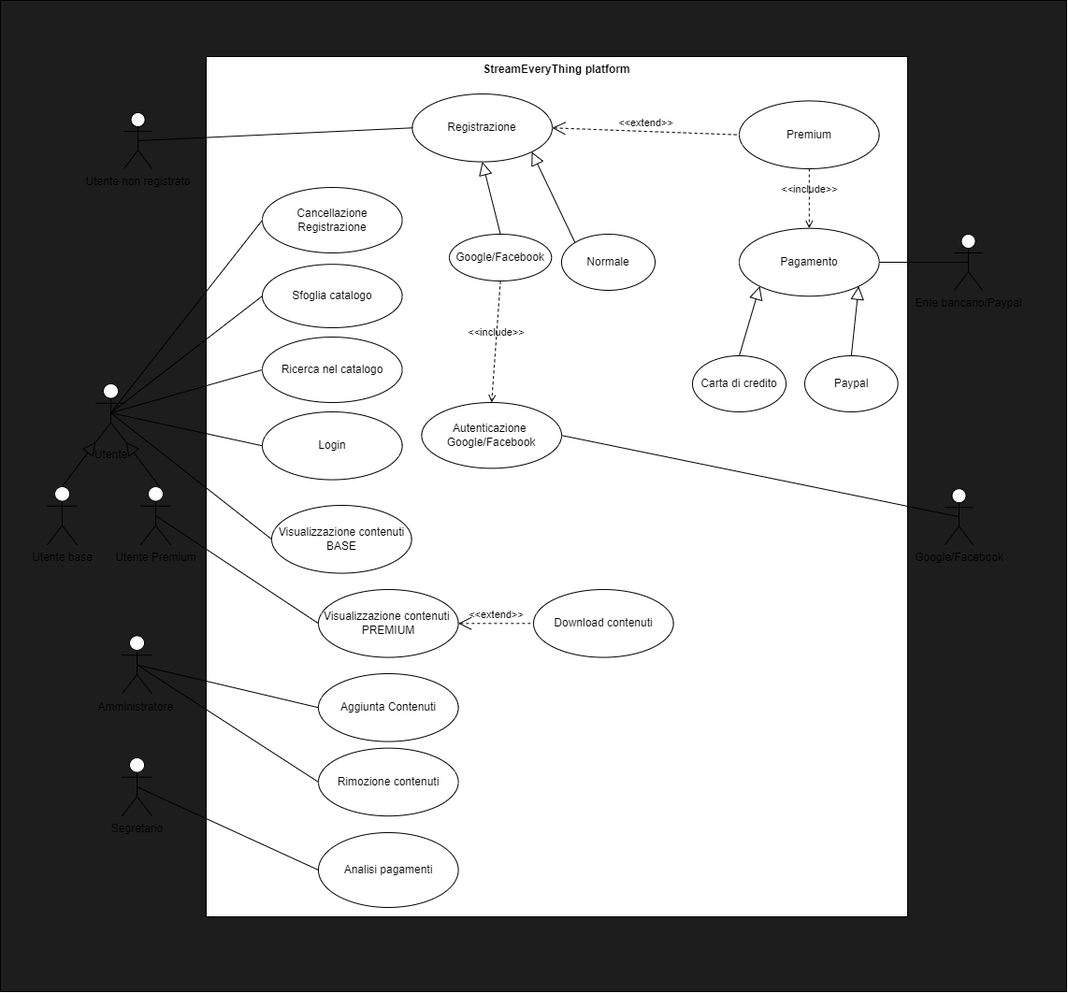
The draw.io diagram 24-25/FIS/Lab1/ucdiagram.png in mariomine88/Unige_code, before a commit. Source tidied: cells renumbered, new cells last; positions are measured from the earlier drawing's top-left corner, leaving out a move shared by most shapes. Its diagram source:
```xml
<mxGraphModel>
  <root>
    <mxCell id="0" />
    <mxCell id="1" parent="0" />
    <mxCell id="2" style="shape=rect;html=1;verticalAlign=top;fontStyle=1;whiteSpace=wrap;align=center;fillColor=#1D1D1D;" parent="1" vertex="1">
      <mxGeometry width="1140" height="1060" as="geometry" />
    </mxCell>
    <mxCell id="3" value="StreamEveryThing platform" style="shape=rect;html=1;verticalAlign=top;fontStyle=1;whiteSpace=wrap;align=center;" parent="1" vertex="1">
      <mxGeometry x="220" y="60" width="750" height="920" as="geometry" />
    </mxCell>
    <mxCell id="4" value="Amministratore&amp;nbsp;" style="shape=umlActor;html=1;verticalLabelPosition=bottom;verticalAlign=top;align=center;shadow=0;" parent="1" vertex="1">
      <mxGeometry x="130" y="679.4" width="32.1" height="62.2" as="geometry" />
    </mxCell>
    <mxCell id="5" value="Segretario" style="shape=umlActor;html=1;verticalLabelPosition=bottom;verticalAlign=top;align=center;" parent="1" vertex="1">
      <mxGeometry x="130" y="810" width="32.1" height="62.2" as="geometry" />
    </mxCell>
    <mxCell id="6" value="Sfoglia catalogo" style="ellipse;whiteSpace=wrap;html=1;" parent="1" vertex="1">
      <mxGeometry x="280" y="282.2" width="149.6" height="67.8" as="geometry" />
    </mxCell>
    <mxCell id="7" value="Ente bancario/Paypal" style="shape=umlActor;html=1;verticalLabelPosition=bottom;verticalAlign=top;align=center;" parent="1" vertex="1">
      <mxGeometry x="1020" y="250" width="30" height="60" as="geometry" />
    </mxCell>
    <mxCell id="8" value="Google/Facebook" style="shape=umlActor;html=1;verticalLabelPosition=bottom;verticalAlign=top;align=center;" parent="1" vertex="1">
      <mxGeometry x="1010" y="522.2" width="30" height="60" as="geometry" />
    </mxCell>
    <mxCell id="9" style="edgeStyle=none;html=1;endArrow=none;verticalAlign=bottom;entryX=0;entryY=0.5;entryDx=0;entryDy=0;exitX=0.5;exitY=0.5;exitDx=0;exitDy=0;exitPerimeter=0;" parent="1" edge="1" source="4" target="19">
      <mxGeometry relative="1" as="geometry" />
    </mxCell>
    <mxCell id="10" style="edgeStyle=none;html=1;endArrow=none;verticalAlign=bottom;entryX=0;entryY=0.5;entryDx=0;entryDy=0;exitX=0.5;exitY=0.5;exitDx=0;exitDy=0;exitPerimeter=0;" parent="1" edge="1" source="4" target="14">
      <mxGeometry relative="1" as="geometry" />
    </mxCell>
    <mxCell id="11" value="Ricerca nel catalogo" style="ellipse;whiteSpace=wrap;html=1;" parent="1" vertex="1">
      <mxGeometry x="280" y="360" width="149.6" height="70" as="geometry" />
    </mxCell>
    <mxCell id="12" value="Registrazione&lt;br&gt;" style="ellipse;whiteSpace=wrap;html=1;" parent="1" vertex="1">
      <mxGeometry x="440.4" y="100" width="149.6" height="72.6" as="geometry" />
    </mxCell>
    <mxCell id="13" value="Login" style="ellipse;whiteSpace=wrap;html=1;" parent="1" vertex="1">
      <mxGeometry x="280" y="440" width="149.6" height="72.6" as="geometry" />
    </mxCell>
    <mxCell id="14" value="Rimozione contenuti" style="ellipse;whiteSpace=wrap;html=1;" parent="1" vertex="1">
      <mxGeometry x="340" y="799.6" width="149.6" height="72.6" as="geometry" />
    </mxCell>
    <mxCell id="15" value="Cancellazione Registrazione" style="ellipse;whiteSpace=wrap;html=1;" parent="1" vertex="1">
      <mxGeometry x="280" y="200" width="149.6" height="70" as="geometry" />
    </mxCell>
    <mxCell id="16" value="Visualizzazione contenuti&amp;nbsp;&lt;br&gt;PREMIUM" style="ellipse;whiteSpace=wrap;html=1;" parent="1" vertex="1">
      <mxGeometry x="340" y="630" width="149.6" height="72.6" as="geometry" />
    </mxCell>
    <mxCell id="17" value="Pagamento" style="ellipse;whiteSpace=wrap;html=1;" parent="1" vertex="1">
      <mxGeometry x="790" y="243.7" width="149.6" height="72.6" as="geometry" />
    </mxCell>
    <mxCell id="18" value="Analisi pagamenti" style="ellipse;whiteSpace=wrap;html=1;" parent="1" vertex="1">
      <mxGeometry x="340" y="890" width="149.6" height="80" as="geometry" />
    </mxCell>
    <mxCell id="19" value="Aggiunta Contenuti" style="ellipse;whiteSpace=wrap;html=1;" parent="1" vertex="1">
      <mxGeometry x="340" y="720" width="149.6" height="72.6" as="geometry" />
    </mxCell>
    <mxCell id="20" value="Download contenuti" style="ellipse;whiteSpace=wrap;html=1;" parent="1" vertex="1">
      <mxGeometry x="570" y="630" width="149.6" height="72.6" as="geometry" />
    </mxCell>
    <mxCell id="21" value="Visualizzazione contenuti&lt;br&gt;BASE" style="ellipse;whiteSpace=wrap;html=1;" parent="1" vertex="1">
      <mxGeometry x="290" y="540" width="149.6" height="72.6" as="geometry" />
    </mxCell>
    <mxCell id="22" value="&amp;lt;&amp;lt;include&amp;gt;&amp;gt;" style="edgeStyle=none;html=1;endArrow=open;verticalAlign=bottom;dashed=1;labelBackgroundColor=none;exitX=0.5;exitY=1;exitDx=0;exitDy=0;entryX=0.5;entryY=0;entryDx=0;entryDy=0;" parent="1" edge="1" source="40" target="17">
      <mxGeometry relative="1" as="geometry" />
    </mxCell>
    <mxCell id="23" style="edgeStyle=none;html=1;endArrow=none;verticalAlign=bottom;entryX=0.5;entryY=0.5;entryDx=0;entryDy=0;entryPerimeter=0;exitX=1;exitY=0.5;exitDx=0;exitDy=0;" parent="1" edge="1" source="17" target="7">
      <mxGeometry relative="1" as="geometry" />
    </mxCell>
    <mxCell id="24" style="edgeStyle=none;html=1;endArrow=none;verticalAlign=bottom;entryX=0.5;entryY=0.5;entryDx=0;entryDy=0;entryPerimeter=0;exitX=1;exitY=0.5;exitDx=0;exitDy=0;" parent="1" edge="1" source="42" target="8">
      <mxGeometry relative="1" as="geometry" />
    </mxCell>
    <mxCell id="25" style="edgeStyle=none;html=1;endArrow=none;verticalAlign=bottom;entryX=0;entryY=0.5;entryDx=0;entryDy=0;exitX=0.5;exitY=0.5;exitDx=0;exitDy=0;exitPerimeter=0;" parent="1" edge="1" source="5" target="18">
      <mxGeometry relative="1" as="geometry" />
    </mxCell>
    <mxCell id="26" value="&amp;lt;&amp;lt;extend&amp;gt;&amp;gt;" style="edgeStyle=none;html=1;startArrow=open;endArrow=none;startSize=12;verticalAlign=bottom;dashed=1;labelBackgroundColor=none;entryX=0;entryY=0.5;entryDx=0;entryDy=0;exitX=1;exitY=0.5;exitDx=0;exitDy=0;" parent="1" edge="1" source="16" target="20">
      <mxGeometry relative="1" as="geometry" />
    </mxCell>
    <mxCell id="27" style="group;" parent="1" vertex="1">
      <mxGeometry x="50" y="410" width="132.1" height="172.2" as="geometry" />
    </mxCell>
    <mxCell id="28" value="Utente" style="shape=umlActor;html=1;verticalLabelPosition=bottom;verticalAlign=top;align=center;" parent="27" vertex="1">
      <mxGeometry x="52" width="32.1" height="62.2" as="geometry" />
    </mxCell>
    <mxCell id="29" value="Utente Premium" style="shape=umlActor;html=1;verticalLabelPosition=bottom;verticalAlign=top;align=center;" parent="27" vertex="1">
      <mxGeometry x="100" y="110" width="32.1" height="62.2" as="geometry" />
    </mxCell>
    <mxCell id="30" value="Utente base" style="shape=umlActor;html=1;verticalLabelPosition=bottom;verticalAlign=top;align=center;" parent="27" vertex="1">
      <mxGeometry y="110" width="32.1" height="62.2" as="geometry" />
    </mxCell>
    <mxCell id="31" style="edgeStyle=none;html=1;endArrow=block;endFill=0;endSize=12;verticalAlign=bottom;entryX=1;entryY=1;entryDx=0;entryDy=0;entryPerimeter=0;" parent="27" edge="1" target="28">
      <mxGeometry relative="1" as="geometry">
        <mxPoint x="120" y="110" as="sourcePoint" />
      </mxGeometry>
    </mxCell>
    <mxCell id="32" style="edgeStyle=none;html=1;endArrow=block;endFill=0;endSize=12;verticalAlign=bottom;entryX=0;entryY=1;entryDx=0;entryDy=0;entryPerimeter=0;exitX=0.5;exitY=0;exitDx=0;exitDy=0;exitPerimeter=0;" parent="27" edge="1" source="30" target="28">
      <mxGeometry relative="1" as="geometry" />
    </mxCell>
    <mxCell id="33" style="edgeStyle=none;html=1;endArrow=none;verticalAlign=bottom;entryX=0;entryY=0.5;entryDx=0;entryDy=0;exitX=0.5;exitY=0.5;exitDx=0;exitDy=0;exitPerimeter=0;" parent="1" edge="1" source="28" target="15">
      <mxGeometry relative="1" as="geometry" />
    </mxCell>
    <mxCell id="34" style="edgeStyle=none;html=1;endArrow=none;verticalAlign=bottom;entryX=0;entryY=0.5;entryDx=0;entryDy=0;exitX=0.5;exitY=0.5;exitDx=0;exitDy=0;exitPerimeter=0;" parent="1" edge="1" source="38" target="12">
      <mxGeometry relative="1" as="geometry" />
    </mxCell>
    <mxCell id="35" style="edgeStyle=none;html=1;endArrow=none;verticalAlign=bottom;entryX=0;entryY=0.5;entryDx=0;entryDy=0;exitX=0.5;exitY=0.5;exitDx=0;exitDy=0;exitPerimeter=0;" parent="1" edge="1" source="28" target="6">
      <mxGeometry relative="1" as="geometry" />
    </mxCell>
    <mxCell id="36" style="edgeStyle=none;html=1;endArrow=none;verticalAlign=bottom;entryX=0;entryY=0.5;entryDx=0;entryDy=0;exitX=0.5;exitY=0.5;exitDx=0;exitDy=0;exitPerimeter=0;" parent="1" edge="1" source="28" target="11">
      <mxGeometry relative="1" as="geometry" />
    </mxCell>
    <mxCell id="37" style="edgeStyle=none;html=1;endArrow=none;verticalAlign=bottom;entryX=0;entryY=0.5;entryDx=0;entryDy=0;exitX=0.5;exitY=0.5;exitDx=0;exitDy=0;exitPerimeter=0;" parent="1" edge="1" source="29" target="16">
      <mxGeometry relative="1" as="geometry" />
    </mxCell>
    <mxCell id="38" value="Utente non registrato" style="shape=umlActor;html=1;verticalLabelPosition=bottom;verticalAlign=top;align=center;" parent="1" vertex="1">
      <mxGeometry x="132.1" y="120" width="30" height="60" as="geometry" />
    </mxCell>
    <mxCell id="39" style="edgeStyle=none;html=1;endArrow=none;verticalAlign=bottom;exitX=0.5;exitY=0.5;exitDx=0;exitDy=0;exitPerimeter=0;entryX=0;entryY=0.5;entryDx=0;entryDy=0;" parent="1" edge="1" source="28" target="13">
      <mxGeometry relative="1" as="geometry" />
    </mxCell>
    <mxCell id="40" value="Premium" style="ellipse;whiteSpace=wrap;html=1;" parent="1" vertex="1">
      <mxGeometry x="790" y="107.4" width="149.6" height="72.6" as="geometry" />
    </mxCell>
    <mxCell id="41" value="&amp;lt;&amp;lt;extend&amp;gt;&amp;gt;" style="edgeStyle=none;html=1;startArrow=open;endArrow=none;startSize=12;verticalAlign=bottom;dashed=1;labelBackgroundColor=none;entryX=0;entryY=0.5;entryDx=0;entryDy=0;exitX=1;exitY=0.5;exitDx=0;exitDy=0;" parent="1" edge="1" source="12" target="40">
      <mxGeometry relative="1" as="geometry" />
    </mxCell>
    <mxCell id="42" value="Autenticazione&amp;nbsp;&lt;br&gt;Google/Facebook" style="ellipse;whiteSpace=wrap;html=1;" parent="1" vertex="1">
      <mxGeometry x="450.4" y="430" width="149.6" height="70.4" as="geometry" />
    </mxCell>
    <mxCell id="43" style="edgeStyle=none;html=1;endArrow=none;verticalAlign=bottom;exitX=0.5;exitY=0.5;exitDx=0;exitDy=0;exitPerimeter=0;entryX=0;entryY=0.5;entryDx=0;entryDy=0;" parent="1" edge="1" source="28" target="21">
      <mxGeometry relative="1" as="geometry" />
    </mxCell>
    <mxCell id="44" style="edgeStyle=none;html=1;endArrow=block;endFill=0;endSize=12;verticalAlign=bottom;entryX=0.5;entryY=1;entryDx=0;entryDy=0;exitX=0.5;exitY=0;exitDx=0;exitDy=0;" parent="1" edge="1" source="45" target="12">
      <mxGeometry relative="1" as="geometry" />
    </mxCell>
    <mxCell id="45" value="Google/Facebook" style="ellipse;whiteSpace=wrap;html=1;" parent="1" vertex="1">
      <mxGeometry x="480" y="250" width="109.2" height="50" as="geometry" />
    </mxCell>
    <mxCell id="46" value="Normale" style="ellipse;whiteSpace=wrap;html=1;" parent="1" vertex="1">
      <mxGeometry x="600" y="250" width="100" height="60" as="geometry" />
    </mxCell>
    <mxCell id="47" style="edgeStyle=none;html=1;endArrow=block;endFill=0;endSize=12;verticalAlign=bottom;exitX=0;exitY=0;exitDx=0;exitDy=0;entryX=1;entryY=1;entryDx=0;entryDy=0;" parent="1" edge="1" source="46" target="12">
      <mxGeometry relative="1" as="geometry" />
    </mxCell>
    <mxCell id="48" value="&amp;lt;&amp;lt;include&amp;gt;&amp;gt;" style="edgeStyle=none;html=1;endArrow=open;verticalAlign=bottom;dashed=1;labelBackgroundColor=none;entryX=0.5;entryY=0;entryDx=0;entryDy=0;exitX=0.5;exitY=1;exitDx=0;exitDy=0;" parent="1" edge="1" source="45" target="42">
      <mxGeometry relative="1" as="geometry" />
    </mxCell>
    <mxCell id="49" value="Paypal" style="ellipse;whiteSpace=wrap;html=1;" parent="1" vertex="1">
      <mxGeometry x="860" y="380" width="99.6" height="60" as="geometry" />
    </mxCell>
    <mxCell id="50" value="Carta di credito" style="ellipse;whiteSpace=wrap;html=1;" parent="1" vertex="1">
      <mxGeometry x="740" y="380" width="100" height="60" as="geometry" />
    </mxCell>
    <mxCell id="51" style="edgeStyle=none;html=1;endArrow=block;endFill=0;endSize=12;verticalAlign=bottom;exitX=0.5;exitY=0;exitDx=0;exitDy=0;entryX=0;entryY=1;entryDx=0;entryDy=0;" parent="1" edge="1" source="50" target="17">
      <mxGeometry relative="1" as="geometry" />
    </mxCell>
    <mxCell id="52" style="edgeStyle=none;html=1;endArrow=block;endFill=0;endSize=12;verticalAlign=bottom;exitX=0.5;exitY=0;exitDx=0;exitDy=0;entryX=1;entryY=1;entryDx=0;entryDy=0;" parent="1" edge="1" source="49" target="17">
      <mxGeometry relative="1" as="geometry" />
    </mxCell>
  </root>
</mxGraphModel>
```
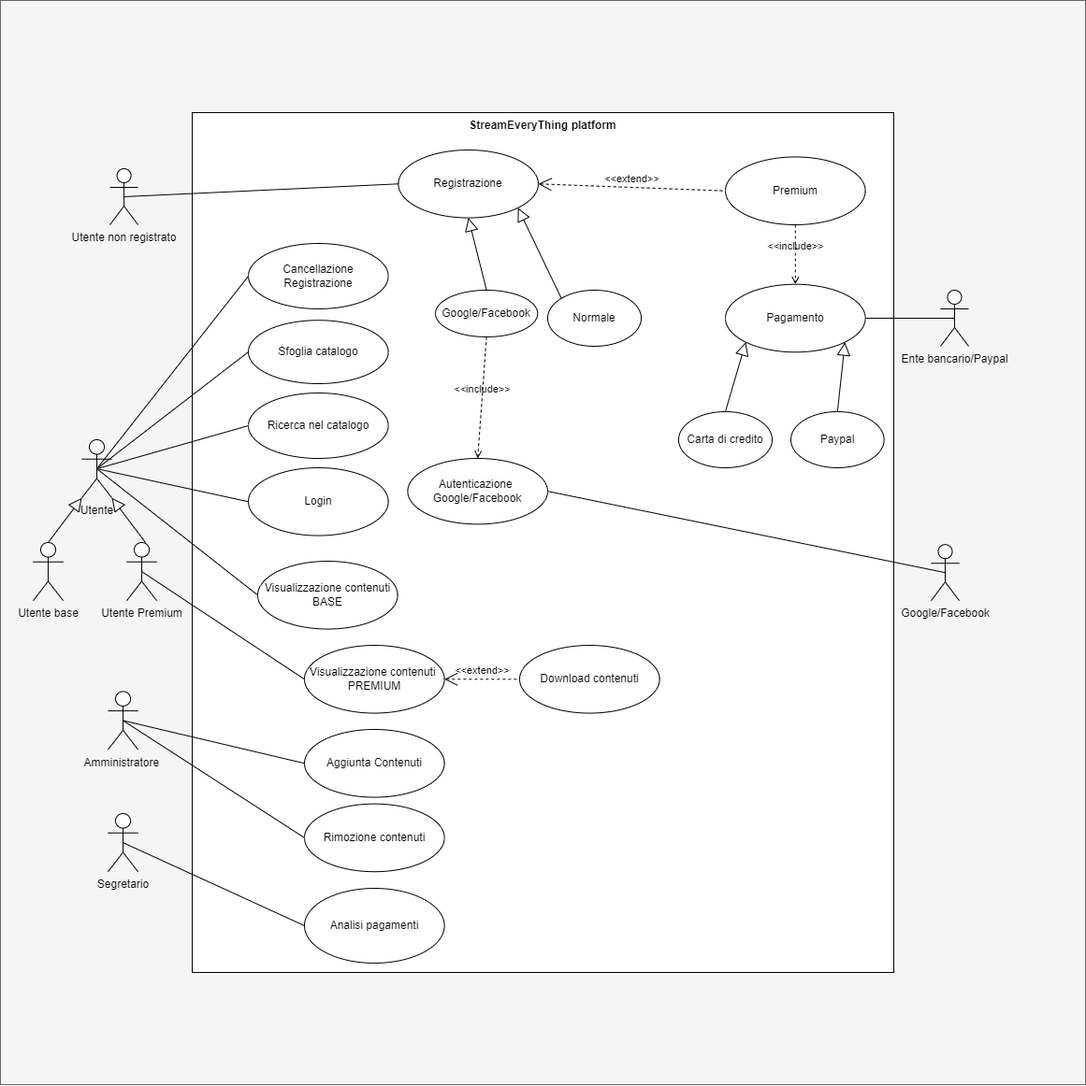
The same file after the commit.

What changed in the source:
```diff
@@ -2,9 +2,9 @@
   <root>
     <mxCell id="0" />
     <mxCell id="1" parent="0" />
-    <mxCell id="2" style="shape=rect;html=1;verticalAlign=top;fontStyle=1;whiteSpace=wrap;align=center;fillColor=#1D1D1D;" parent="1" vertex="1">
-      <mxGeometry width="1140" height="1060" as="geometry" />
-    </mxCell>
+    <mxCell id="53" style="whiteSpace=wrap;html=1;fillColor=#f5f5f5;fontColor=#333333;strokeColor=#666666;" parent="1" vertex="1">
+      <mxGeometry x="15" y="-60" width="1160" height="1160" as="geometry" />
+    </mxCell>
     <mxCell id="3" value="StreamEveryThing platform" style="shape=rect;html=1;verticalAlign=top;fontStyle=1;whiteSpace=wrap;align=center;" parent="1" vertex="1">
       <mxGeometry x="220" y="60" width="750" height="920" as="geometry" />
     </mxCell>
```
